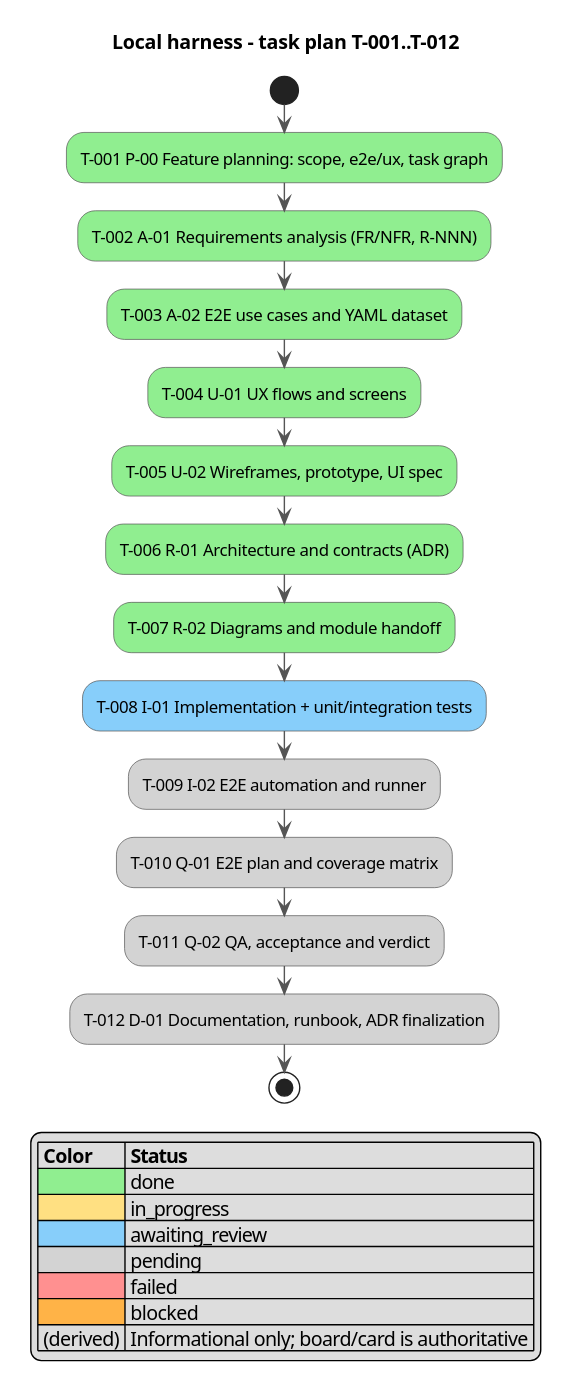
The PlantUML diagram docs/activity.svg in serge-sasov/ai-task-tracker, before a commit.
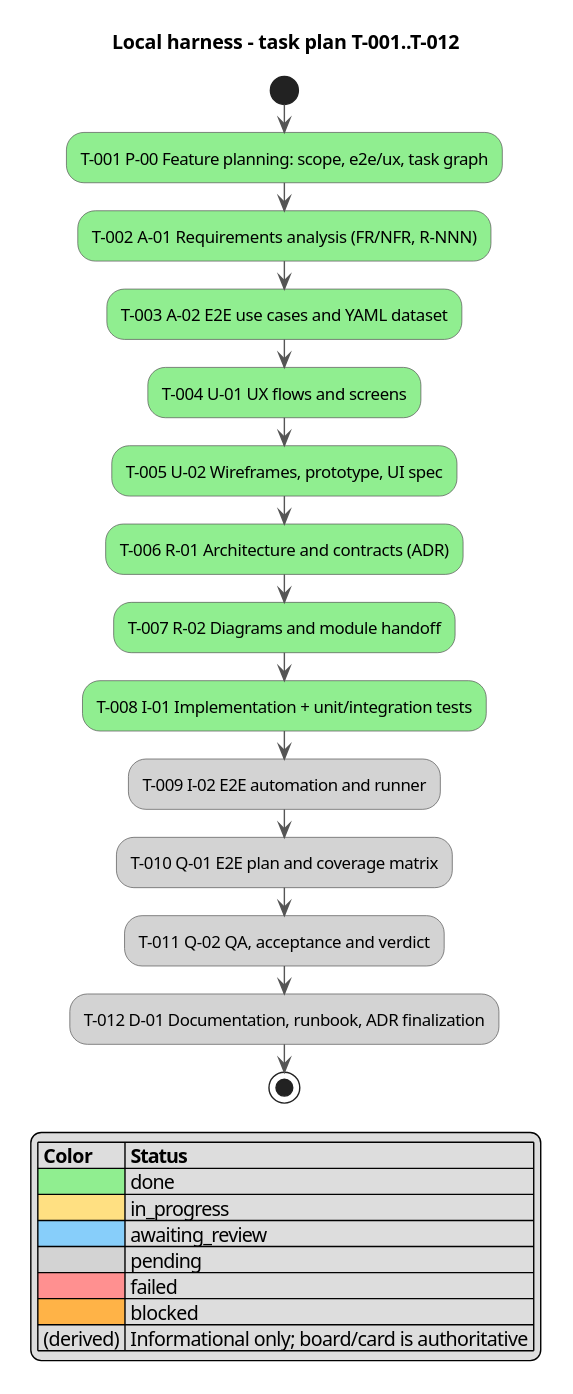
After the change.

What changed in the source:
```diff
@@ -13,7 +13,7 @@
 :T-005 U-02 Wireframes, prototype, UI spec; <<#90EE90>>
 :T-006 R-01 Architecture and contracts (ADR); <<#90EE90>>
 :T-007 R-02 Diagrams and module handoff; <<#90EE90>>
-:T-008 I-01 Implementation + unit/integration tests; <<#87CEFA>>
+:T-008 I-01 Implementation + unit/integration tests; <<#90EE90>>
 :T-009 I-02 E2E automation and runner; <<#D3D3D3>>
 :T-010 Q-01 E2E plan and coverage matrix; <<#D3D3D3>>
 :T-011 Q-02 QA, acceptance and verdict; <<#D3D3D3>>
```
